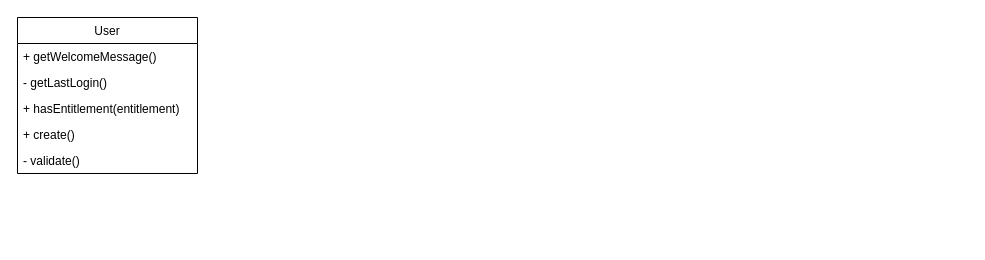
The draw.io diagram media/SOLID-single-responsibility-principle/SRP - User.drawio in JustinDFuller/medium-stories, before the edit. Source tidied: cells renumbered, new cells numbered last; positions are measured from the earlier drawing's top-left corner, leaving out a move shared by most shapes. Both pictures are drawn from the tidied source at 100%, with x=0, y=0 at pixel (17, 17).
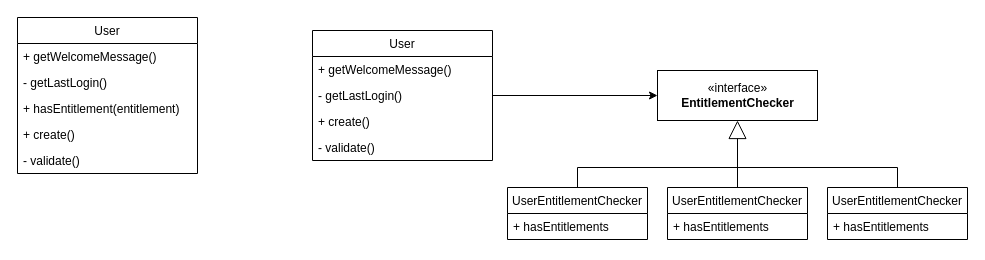
The same diagram, later.

What changed in the source:
```diff
@@
+    <mxCell id="8" value="User" style="swimlane;fontStyle=0;horizontal=1;startSize=26;fillColor=none;" parent="1" vertex="1">
+      <mxGeometry x="295" y="13" width="180" height="130" as="geometry" />
+    </mxCell>
+    <mxCell id="9" value="+ getWelcomeMessage()" style="text;strokeColor=none;fillColor=none;align=left;verticalAlign=top;spacingLeft=4;spacingRight=4;overflow=hidden;" parent="8" vertex="1">
+      <mxGeometry y="26" width="180" height="26" as="geometry" />
+    </mxCell>
+    <mxCell id="10" value="- getLastLogin()" style="text;strokeColor=none;fillColor=none;align=left;verticalAlign=top;spacingLeft=4;spacingRight=4;overflow=hidden;points=[[0,0.5],[1,0.5]];portConstraint=eastwest;" parent="8" vertex="1">
+      <mxGeometry y="52" width="180" height="26" as="geometry" />
+    </mxCell>
+    <mxCell id="11" value="+ create()" style="text;strokeColor=none;fillColor=none;align=left;verticalAlign=top;spacingLeft=4;spacingRight=4;overflow=hidden;" parent="8" vertex="1">
+      <mxGeometry y="78" width="180" height="26" as="geometry" />
+    </mxCell>
+    <mxCell id="12" value="- validate()" style="text;strokeColor=none;fillColor=none;align=left;verticalAlign=top;spacingLeft=4;spacingRight=4;overflow=hidden;" parent="8" vertex="1">
+      <mxGeometry y="104" width="180" height="26" as="geometry" />
+    </mxCell>
+    <mxCell id="13" value="«interface»&lt;br&gt;&lt;b&gt;EntitlementChecker&lt;/b&gt;" style="html=1;" parent="1" vertex="1">
+      <mxGeometry x="640" y="53" width="160" height="50" as="geometry" />
+    </mxCell>
+    <mxCell id="14" style="edgeStyle=orthogonalEdgeStyle;rounded=0;jettySize=auto;html=1;exitX=1;exitY=0.5;exitDx=0;exitDy=0;entryX=0;entryY=0.5;entryDx=0;entryDy=0;" parent="1" edge="1" source="10" target="13">
+      <mxGeometry relative="1" as="geometry" />
+    </mxCell>
+    <mxCell id="15" value="UserEntitlementChecker" style="swimlane;fontStyle=0;horizontal=1;startSize=26;fillColor=none;" parent="1" vertex="1">
+      <mxGeometry x="490" y="170" width="140" height="52" as="geometry" />
+    </mxCell>
+    <mxCell id="16" value="+ hasEntitlements" style="text;strokeColor=none;fillColor=none;align=left;verticalAlign=top;spacingLeft=4;spacingRight=4;overflow=hidden;" parent="15" vertex="1">
+      <mxGeometry y="26" width="140" height="26" as="geometry" />
+    </mxCell>
+    <mxCell id="17" value="UserEntitlementChecker" style="swimlane;fontStyle=0;horizontal=1;startSize=26;fillColor=none;" parent="1" vertex="1">
+      <mxGeometry x="810" y="170" width="140" height="52" as="geometry" />
+    </mxCell>
+    <mxCell id="18" value="+ hasEntitlements" style="text;strokeColor=none;fillColor=none;align=left;verticalAlign=top;spacingLeft=4;spacingRight=4;overflow=hidden;" parent="17" vertex="1">
+      <mxGeometry y="26" width="140" height="26" as="geometry" />
+    </mxCell>
+    <mxCell id="19" value="UserEntitlementChecker" style="swimlane;fontStyle=0;horizontal=1;startSize=26;fillColor=none;" parent="1" vertex="1">
+      <mxGeometry x="650" y="170" width="140" height="52" as="geometry" />
+    </mxCell>
+    <mxCell id="20" value="+ hasEntitlements" style="text;strokeColor=none;fillColor=none;align=left;verticalAlign=top;spacingLeft=4;spacingRight=4;overflow=hidden;" parent="19" vertex="1">
+      <mxGeometry y="26" width="140" height="26" as="geometry" />
+    </mxCell>
+    <mxCell id="21" style="endArrow=block;endSize=16;endFill=0;html=1;entryX=0.5;entryY=1;entryDx=0;entryDy=0;exitX=0.5;exitY=0;exitDx=0;exitDy=0;" parent="1" edge="1" source="19" target="13">
+      <mxGeometry relative="1" as="geometry" />
+    </mxCell>
+    <mxCell id="22" style="endArrow=none;html=1;" parent="1" edge="1">
+      <mxGeometry relative="1" as="geometry">
+        <mxPoint x="560" y="150" as="sourcePoint" />
+        <mxPoint x="720" y="150" as="targetPoint" />
+      </mxGeometry>
+    </mxCell>
+    <mxCell id="23" style="endArrow=none;html=1;" parent="1" edge="1">
+      <mxGeometry relative="1" as="geometry">
+        <mxPoint x="720" y="150" as="sourcePoint" />
+        <mxPoint x="880" y="150" as="targetPoint" />
+      </mxGeometry>
+    </mxCell>
+    <mxCell id="24" style="endArrow=none;html=1;exitX=0.5;exitY=0;exitDx=0;exitDy=0;" parent="1" edge="1" source="15">
+      <mxGeometry relative="1" as="geometry">
+        <mxPoint x="560" y="150" as="targetPoint" />
+      </mxGeometry>
+    </mxCell>
+    <mxCell id="25" style="endArrow=none;html=1;exitX=0.5;exitY=0;exitDx=0;exitDy=0;" parent="1" edge="1" source="17">
+      <mxGeometry relative="1" as="geometry">
+        <mxPoint x="880" y="150" as="targetPoint" />
+      </mxGeometry>
+    </mxCell>
```
